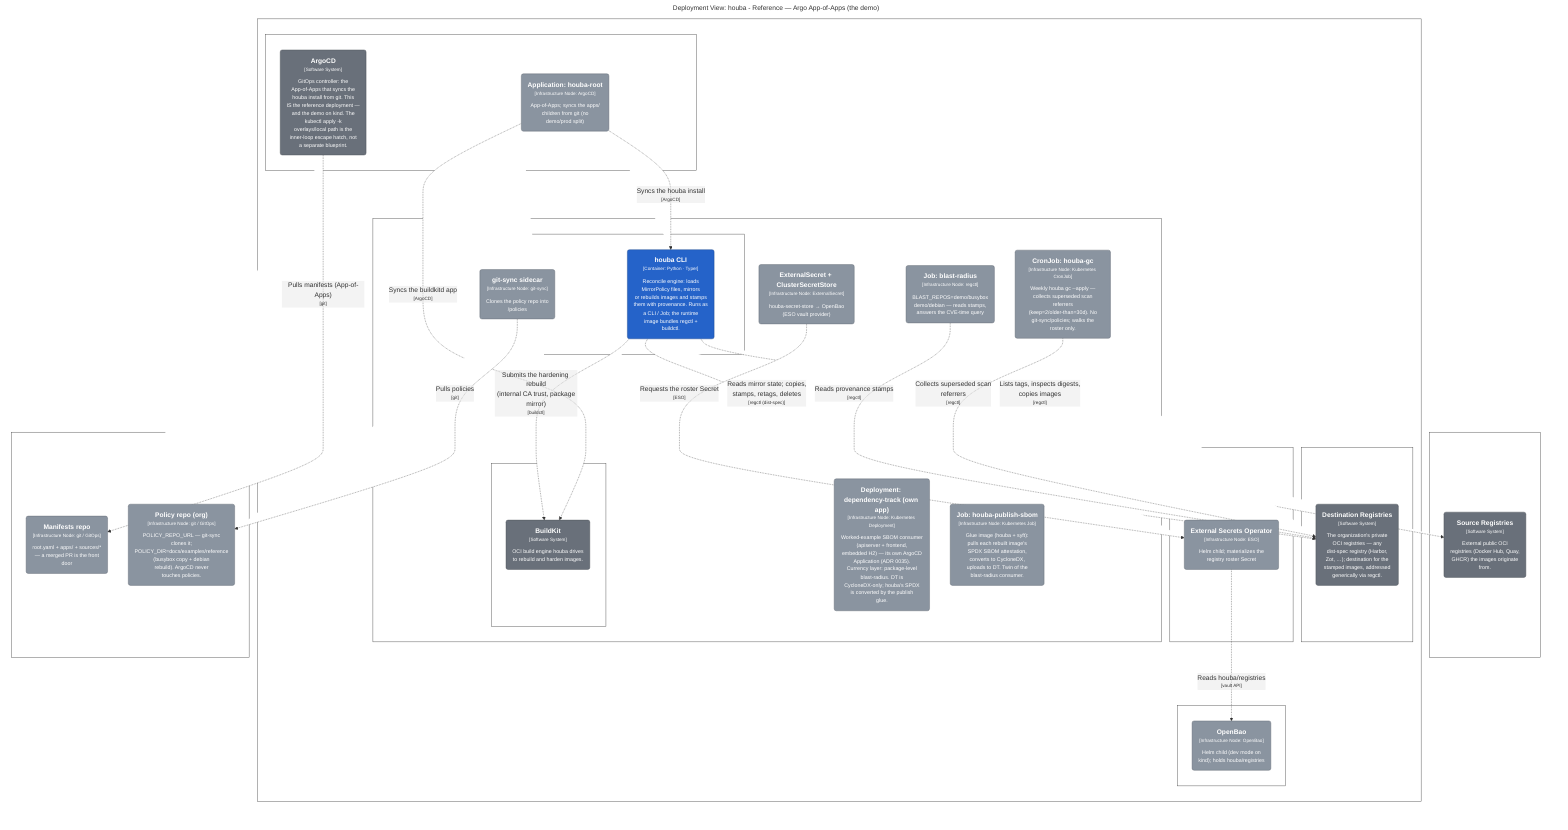
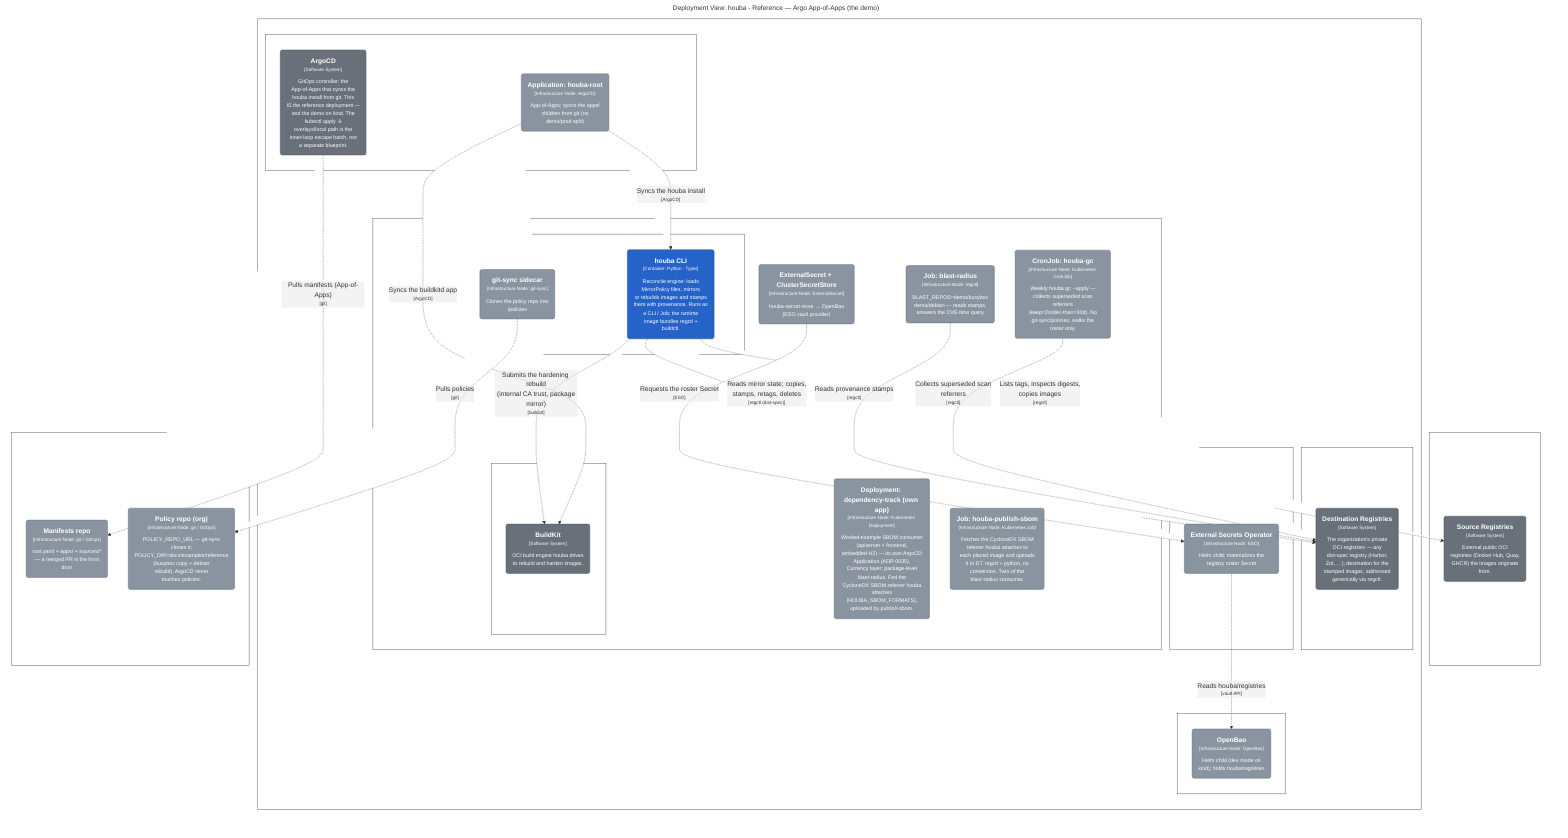
graph LR
  linkStyle default fill:#ffffff

  subgraph diagram ["Deployment View: houba - Reference — Argo App-of-Apps (the demo)"]
    style diagram fill:#ffffff,stroke:#ffffff

    subgraph 170 ["Git host"]
      style 170 fill:#ffffff,stroke:#444444,color:#ffffff

      171("<div style='font-weight: bold'>Manifests repo</div><div style='font-size: 70%; margin-top: 0px'>[Infrastructure Node: git / GitOps]</div><div style='font-size: 80%; margin-top:10px'>root.yaml + apps/ + sources/*<br />— a merged PR is the front<br />door</div>")
      style 171 fill:#8a94a0,stroke:#606770,color:#ffffff
      172("<div style='font-weight: bold'>Policy repo (org)</div><div style='font-size: 70%; margin-top: 0px'>[Infrastructure Node: git / GitOps]</div><div style='font-size: 80%; margin-top:10px'>POLICY_REPO_URL — git-sync<br />clones it;<br />POLICY_DIR=docs/examples/reference<br />(busybox copy + debian<br />rebuild). ArgoCD never<br />touches policies.</div>")
      style 172 fill:#8a94a0,stroke:#606770,color:#ffffff
    end

    subgraph 173 ["Kubernetes cluster"]
      style 173 fill:#ffffff,stroke:#444444,color:#ffffff

      subgraph 174 ["namespace: argocd"]
        style 174 fill:#ffffff,stroke:#444444,color:#ffffff

        175("<div style='font-weight: bold'>Application: houba-root</div><div style='font-size: 70%; margin-top: 0px'>[Infrastructure Node: ArgoCD]</div><div style='font-size: 80%; margin-top:10px'>App-of-Apps; syncs the apps/<br />children from git (no<br />demo/prod split)</div>")
        style 175 fill:#8a94a0,stroke:#606770,color:#ffffff
        176("<div style='font-weight: bold'>ArgoCD</div><div style='font-size: 70%; margin-top: 0px'>[Software System]</div><div style='font-size: 80%; margin-top:10px'>GitOps controller: the<br />App-of-Apps that syncs the<br />houba install from git. This<br />IS the reference deployment —<br />and the demo on kind. The<br />kubectl apply -k<br />overlays/local path is the<br />inner-loop escape hatch, not<br />a separate blueprint.</div>")
        style 176 fill:#69707a,stroke:#494e55,color:#ffffff
      end

      subgraph 177 ["namespace: houba"]
        style 177 fill:#ffffff,stroke:#444444,color:#ffffff

        subgraph 178 ["CronJob: houba-reconcile"]
          style 178 fill:#ffffff,stroke:#444444,color:#ffffff

          179("<div style='font-weight: bold'>houba CLI</div><div style='font-size: 70%; margin-top: 0px'>[Container: Python · Typer]</div><div style='font-size: 80%; margin-top:10px'>Reconcile engine: loads<br />MirrorPolicy files, mirrors<br />or rebuilds images and stamps<br />them with provenance. Runs as<br />a CLI / Job; the runtime<br />image bundles regctl +<br />buildctl.</div>")
          style 179 fill:#2563c9,stroke:#19458c,color:#ffffff
          180("<div style='font-weight: bold'>git-sync sidecar</div><div style='font-size: 70%; margin-top: 0px'>[Infrastructure Node: git-sync]</div><div style='font-size: 80%; margin-top:10px'>Clones the policy repo into<br />/policies</div>")
          style 180 fill:#8a94a0,stroke:#606770,color:#ffffff
        end

        subgraph 181 ["Deployment: buildkitd (own app)"]
          style 181 fill:#ffffff,stroke:#444444,color:#ffffff

          182("<div style='font-weight: bold'>BuildKit</div><div style='font-size: 70%; margin-top: 0px'>[Software System]</div><div style='font-size: 80%; margin-top:10px'>OCI build engine houba drives<br />to rebuild and harden images.</div>")
          style 182 fill:#69707a,stroke:#494e55,color:#ffffff
        end

        184("<div style='font-weight: bold'>ExternalSecret + ClusterSecretStore</div><div style='font-size: 70%; margin-top: 0px'>[Infrastructure Node: ExternalSecret]</div><div style='font-size: 80%; margin-top:10px'>houba-secret-store → OpenBao<br />(ESO vault provider)</div>")
        style 184 fill:#8a94a0,stroke:#606770,color:#ffffff
        185("<div style='font-weight: bold'>Job: blast-radius</div><div style='font-size: 70%; margin-top: 0px'>[Infrastructure Node: regctl]</div><div style='font-size: 80%; margin-top:10px'>BLAST_REPOS=demo/busybox<br />demo/debian — reads stamps,<br />answers the CVE-time query</div>")
        style 185 fill:#8a94a0,stroke:#606770,color:#ffffff
        186("<div style='font-weight: bold'>CronJob: houba-gc</div><div style='font-size: 70%; margin-top: 0px'>[Infrastructure Node: Kubernetes CronJob]</div><div style='font-size: 80%; margin-top:10px'>Weekly houba gc --apply —<br />collects superseded scan<br />referrers<br />(keep=2/older-than=30d). No<br />git-sync/policies; walks the<br />roster only.</div>")
        style 186 fill:#8a94a0,stroke:#606770,color:#ffffff
-         187("<div style='font-weight: bold'>Deployment: dependency-track (own app)</div><div style='font-size: 70%; margin-top: 0px'>[Infrastructure Node: Kubernetes Deployment]</div><div style='font-size: 80%; margin-top:10px'>Worked-example SBOM consumer<br />(apiserver + frontend,<br />embedded H2) — its own ArgoCD<br />Application (ADR 0035).<br />Currency layer: package-level<br />blast-radius. DT is<br />CycloneDX-only; houba's SPDX<br />is converted by the publish<br />glue.</div>")
+         187("<div style='font-weight: bold'>Deployment: dependency-track (own app)</div><div style='font-size: 70%; margin-top: 0px'>[Infrastructure Node: Kubernetes Deployment]</div><div style='font-size: 80%; margin-top:10px'>Worked-example SBOM consumer<br />(apiserver + frontend,<br />embedded H2) — its own ArgoCD<br />Application (ADR 0035).<br />Currency layer: package-level<br />blast-radius. Fed the<br />CycloneDX SBOM referrer houba<br />attaches<br />(HOUBA_SBOM_FORMATS),<br />uploaded by publish-sbom.</div>")
        style 187 fill:#8a94a0,stroke:#606770,color:#ffffff
-         188("<div style='font-weight: bold'>Job: houba-publish-sbom</div><div style='font-size: 70%; margin-top: 0px'>[Infrastructure Node: Kubernetes Job]</div><div style='font-size: 80%; margin-top:10px'>Glue image (houba + syft):<br />pulls each rebuilt image's<br />SPDX SBOM attestation,<br />converts to CycloneDX,<br />uploads to DT. Twin of the<br />blast-radius consumer.</div>")
+         188("<div style='font-weight: bold'>Job: houba-publish-sbom</div><div style='font-size: 70%; margin-top: 0px'>[Infrastructure Node: Kubernetes Job]</div><div style='font-size: 80%; margin-top:10px'>Fetches the CycloneDX SBOM<br />referrer houba attaches to<br />each placed image and uploads<br />it to DT. regctl + python, no<br />conversion. Twin of the<br />blast-radius consumer.</div>")
        style 188 fill:#8a94a0,stroke:#606770,color:#ffffff
      end

      subgraph 189 ["namespace: external-secrets"]
        style 189 fill:#ffffff,stroke:#444444,color:#ffffff

        190("<div style='font-weight: bold'>External Secrets Operator</div><div style='font-size: 70%; margin-top: 0px'>[Infrastructure Node: ESO]</div><div style='font-size: 80%; margin-top:10px'>Helm child; materializes the<br />registry roster Secret</div>")
        style 190 fill:#8a94a0,stroke:#606770,color:#ffffff
      end

      subgraph 191 ["namespace: openbao"]
        style 191 fill:#ffffff,stroke:#444444,color:#ffffff

        192("<div style='font-weight: bold'>OpenBao</div><div style='font-size: 70%; margin-top: 0px'>[Infrastructure Node: OpenBao]</div><div style='font-size: 80%; margin-top:10px'>Helm child (dev mode on<br />kind); holds houba/registries</div>")
        style 192 fill:#8a94a0,stroke:#606770,color:#ffffff
      end

      subgraph 193 ["namespace: registry"]
        style 193 fill:#ffffff,stroke:#444444,color:#ffffff

        194("<div style='font-weight: bold'>Destination Registries</div><div style='font-size: 70%; margin-top: 0px'>[Software System]</div><div style='font-size: 80%; margin-top:10px'>The organization's private<br />OCI registries — any<br />dist-spec registry (Harbor,<br />Zot, …); destination for the<br />stamped images, addressed<br />generically via regctl.</div>")
        style 194 fill:#69707a,stroke:#494e55,color:#ffffff
      end

    end

    subgraph 196 ["Internet / org network"]
      style 196 fill:#ffffff,stroke:#444444,color:#ffffff

      197("<div style='font-weight: bold'>Source Registries</div><div style='font-size: 70%; margin-top: 0px'>[Software System]</div><div style='font-size: 80%; margin-top:10px'>External public OCI<br />registries (Docker Hub, Quay,<br />GHCR) the images originate<br />from.</div>")
      style 197 fill:#69707a,stroke:#494e55,color:#ffffff
    end

    179-. "<div>Submits the hardening rebuild<br />(internal CA trust, package<br />mirror)</div><div style='font-size: 70%'>[buildctl]</div>" .->182
    179-. "<div>Reads mirror state; copies,<br />stamps, retags, deletes</div><div style='font-size: 70%'>[regctl (dist-spec)]</div>" .->194
    179-. "<div>Lists tags, inspects digests,<br />copies images</div><div style='font-size: 70%'>[regctl]</div>" .->197
    176-. "<div>Pulls manifests (App-of-Apps)</div><div style='font-size: 70%'>[git]</div>" .->171
    175-. "<div>Syncs the houba install</div><div style='font-size: 70%'>[ArgoCD]</div>" .->179
    175-. "<div>Syncs the buildkitd app</div><div style='font-size: 70%'>[ArgoCD]</div>" .->182
    190-. "<div>Reads houba/registries</div><div style='font-size: 70%'>[vault API]</div>" .->192
    184-. "<div>Requests the roster Secret</div><div style='font-size: 70%'>[ESO]</div>" .->190
    180-. "<div>Pulls policies</div><div style='font-size: 70%'>[git]</div>" .->172
    185-. "<div>Reads provenance stamps</div><div style='font-size: 70%'>[regctl]</div>" .->194
    186-. "<div>Collects superseded scan<br />referrers</div><div style='font-size: 70%'>[regctl]</div>" .->194

  end